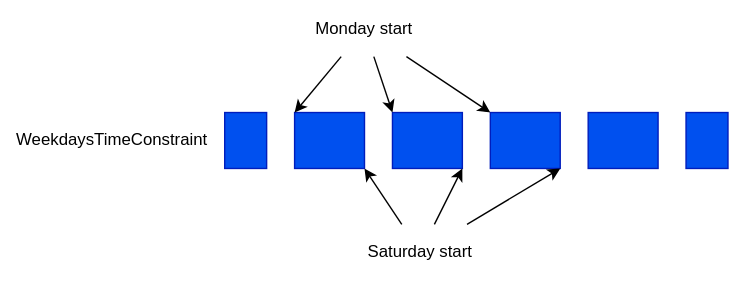
This is docs/constraint/WeekdaysTimeConstraint.drawio.svg from yolisses/time-constraints, a draw.io export, as it was before one commit. Source tidied: cells renumbered, new cells last; positions are measured from the earlier drawing's top-left corner, leaving out a move shared by most shapes.
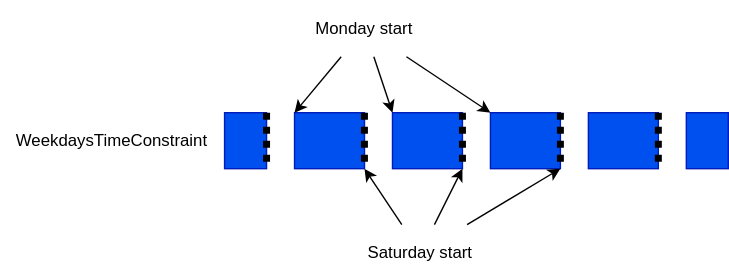
After the commit.

Commit message:
Update weekdays time constraint docs diagram

Change to the diagram source:
```diff
@@ -47,5 +47,35 @@
     <mxCell id="16" value="WeekdaysTimeConstraint" style="text;strokeColor=none;align=right;fillColor=none;html=1;verticalAlign=middle;whiteSpace=wrap;rounded=0;spacingRight=10;" parent="1" vertex="1">
       <mxGeometry y="80" width="160" height="40" as="geometry" />
     </mxCell>
+    <mxCell id="17" style="endArrow=none;dashed=1;html=1;dashPattern=1 1;strokeWidth=5;rounded=0;entryX=0;entryY=0;entryDx=0;entryDy=0;exitX=0;exitY=1;exitDx=0;exitDy=0;" parent="1" edge="1">
+      <mxGeometry relative="1" as="geometry">
+        <mxPoint x="190" y="80" as="sourcePoint" />
+        <mxPoint x="190" y="120" as="targetPoint" />
+      </mxGeometry>
+    </mxCell>
+    <mxCell id="18" style="endArrow=none;dashed=1;html=1;dashPattern=1 1;strokeWidth=5;rounded=0;entryX=0;entryY=0;entryDx=0;entryDy=0;exitX=0;exitY=1;exitDx=0;exitDy=0;" parent="1" edge="1">
+      <mxGeometry relative="1" as="geometry">
+        <mxPoint x="259.9" y="80" as="sourcePoint" />
+        <mxPoint x="259.9" y="120" as="targetPoint" />
+      </mxGeometry>
+    </mxCell>
+    <mxCell id="19" style="endArrow=none;dashed=1;html=1;dashPattern=1 1;strokeWidth=5;rounded=0;entryX=0;entryY=0;entryDx=0;entryDy=0;exitX=0;exitY=1;exitDx=0;exitDy=0;" parent="1" edge="1">
+      <mxGeometry relative="1" as="geometry">
+        <mxPoint x="330" y="80" as="sourcePoint" />
+        <mxPoint x="330" y="120" as="targetPoint" />
+      </mxGeometry>
+    </mxCell>
+    <mxCell id="20" style="endArrow=none;dashed=1;html=1;dashPattern=1 1;strokeWidth=5;rounded=0;entryX=0;entryY=0;entryDx=0;entryDy=0;exitX=0;exitY=1;exitDx=0;exitDy=0;" parent="1" edge="1">
+      <mxGeometry relative="1" as="geometry">
+        <mxPoint x="400" y="80" as="sourcePoint" />
+        <mxPoint x="400" y="120" as="targetPoint" />
+      </mxGeometry>
+    </mxCell>
+    <mxCell id="21" style="endArrow=none;dashed=1;html=1;dashPattern=1 1;strokeWidth=5;rounded=0;entryX=0;entryY=0;entryDx=0;entryDy=0;exitX=0;exitY=1;exitDx=0;exitDy=0;" parent="1" edge="1">
+      <mxGeometry relative="1" as="geometry">
+        <mxPoint x="470" y="80" as="sourcePoint" />
+        <mxPoint x="470" y="120" as="targetPoint" />
+      </mxGeometry>
+    </mxCell>
   </root>
 </mxGraphModel>
```
